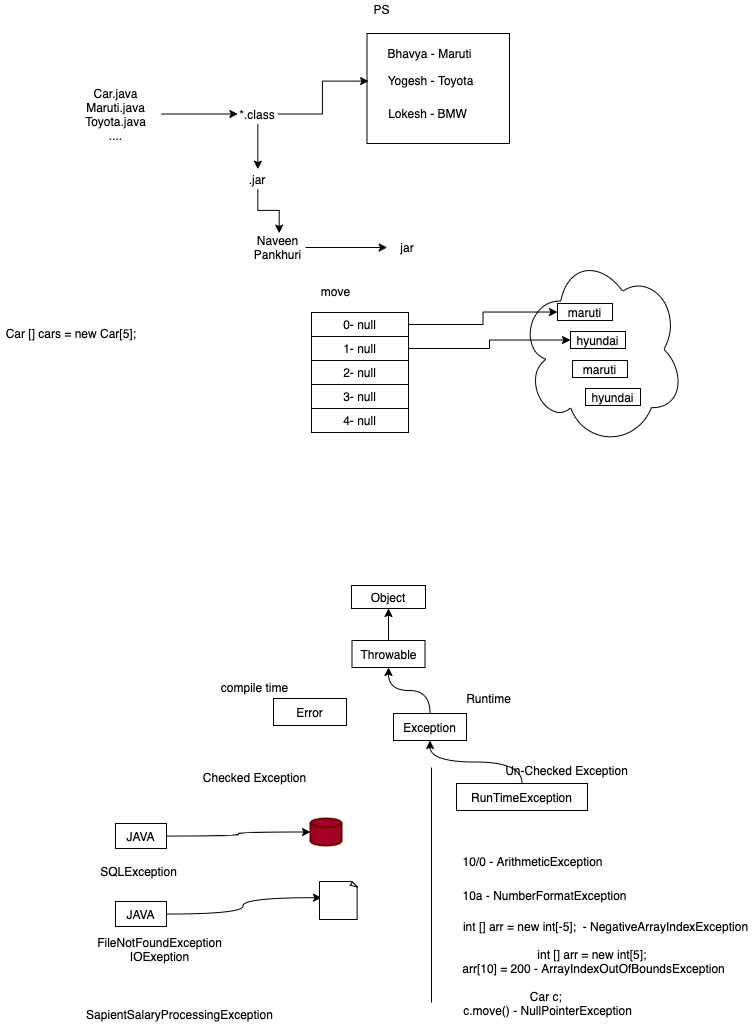
Above: images/day2.drawio.png in adithnaveen/sapient-freshers-aem-oct-2021 (draw.io), before the change. Source tidied: cells renumbered, new cells last; positions are measured from the earlier drawing's top-left corner, leaving out a move shared by most shapes.
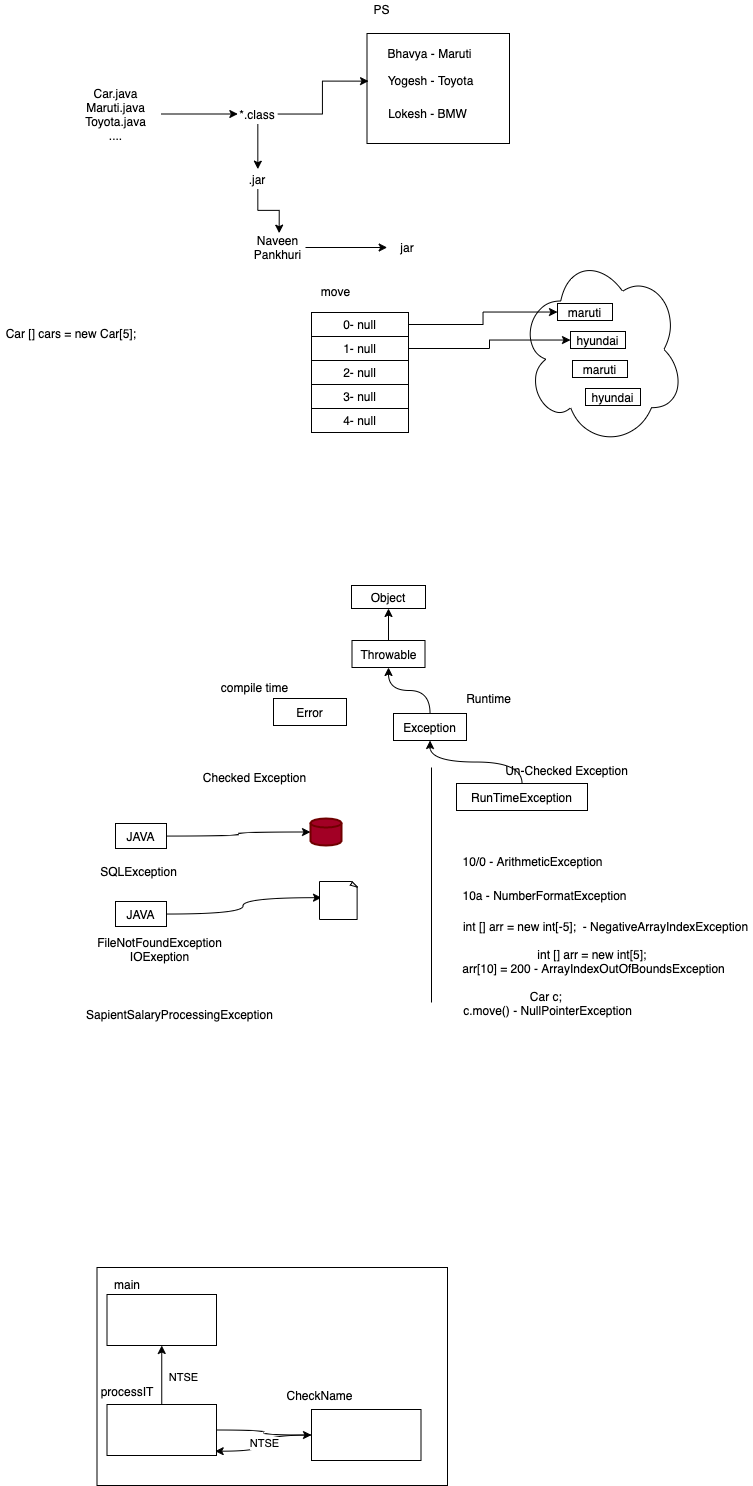
Later version of the same file.

Change to the diagram source:
```diff
@@ -173,5 +173,35 @@
     <mxCell id="57" value="SapientSalaryProcessingException" style="text;html=1;align=center;verticalAlign=middle;strokeColor=none;" parent="1" vertex="1">
       <mxGeometry x="80.3" y="1005" width="197" height="18" as="geometry" />
     </mxCell>
+    <mxCell id="58" style="rounded=0;whiteSpace=wrap;html=1;" parent="1" vertex="1">
+      <mxGeometry x="96.5" y="1267" width="350.5" height="218" as="geometry" />
+    </mxCell>
+    <mxCell id="59" style="rounded=0;whiteSpace=wrap;html=1;" parent="1" vertex="1">
+      <mxGeometry x="106.5" y="1294" width="109.5" height="51" as="geometry" />
+    </mxCell>
+    <mxCell id="60" value="main" style="text;html=1;strokeColor=none;fillColor=none;align=center;verticalAlign=middle;whiteSpace=wrap;rounded=0;" parent="1" vertex="1">
+      <mxGeometry x="106.5" y="1274" width="40" height="20" as="geometry" />
+    </mxCell>
+    <mxCell id="61" value="NTSE" style="edgeStyle=orthogonalEdgeStyle;curved=1;rounded=0;jettySize=auto;html=1;" parent="1" edge="1" source="63" target="59">
+      <mxGeometry x="-0.08" y="-22" relative="1" as="geometry" />
+    </mxCell>
+    <mxCell id="62" style="edgeStyle=orthogonalEdgeStyle;curved=1;rounded=0;jettySize=auto;html=1;entryX=0;entryY=0.5;entryDx=0;entryDy=0;" parent="1" edge="1" source="63" target="66">
+      <mxGeometry relative="1" as="geometry" />
+    </mxCell>
+    <mxCell id="63" style="rounded=0;whiteSpace=wrap;html=1;" parent="1" vertex="1">
+      <mxGeometry x="106.5" y="1404" width="109.5" height="51" as="geometry" />
+    </mxCell>
+    <mxCell id="64" value="processIT" style="text;html=1;strokeColor=none;fillColor=none;align=center;verticalAlign=middle;whiteSpace=wrap;rounded=0;" parent="1" vertex="1">
+      <mxGeometry x="106.5" y="1381" width="40" height="20" as="geometry" />
+    </mxCell>
+    <mxCell id="65" value="NTSE" style="edgeStyle=orthogonalEdgeStyle;curved=1;rounded=0;jettySize=auto;html=1;entryX=0.988;entryY=0.915;entryDx=0;entryDy=0;entryPerimeter=0;" parent="1" edge="1" source="66" target="63">
+      <mxGeometry relative="1" as="geometry" />
+    </mxCell>
+    <mxCell id="66" style="rounded=0;whiteSpace=wrap;html=1;" parent="1" vertex="1">
+      <mxGeometry x="311" y="1409" width="109.5" height="51" as="geometry" />
+    </mxCell>
+    <mxCell id="67" value="CheckName" style="text;html=1;align=center;verticalAlign=middle;strokeColor=none;" parent="1" vertex="1">
+      <mxGeometry x="281" y="1386" width="76" height="18" as="geometry" />
+    </mxCell>
   </root>
 </mxGraphModel>
```
